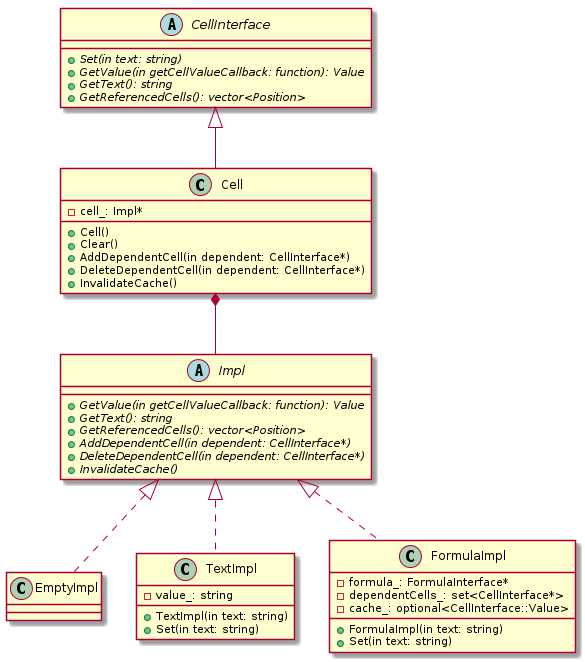
This is uml/png/cell.png from kazarynau/YandexPraktikumFinal, a PlantUML export, as it was before one commit.
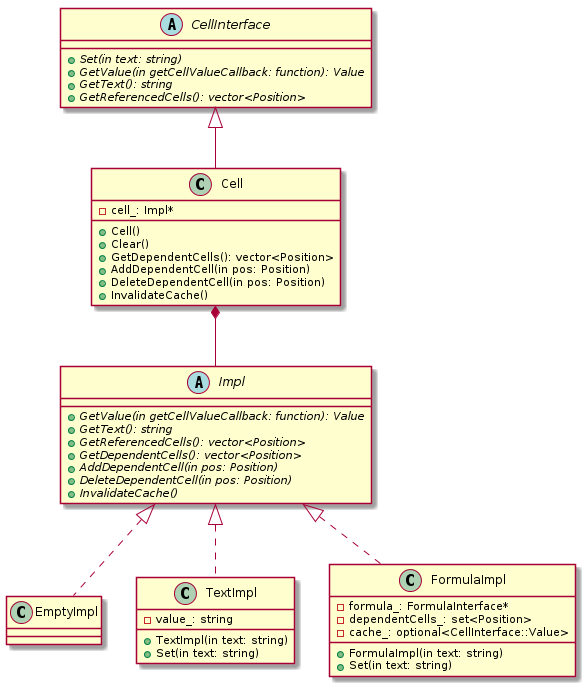
After the change.

Diff of the diagram source:
```diff
@@ -4,8 +4,9 @@
     +{abstract} GetValue(in getCellValueCallback: function): Value
     +{abstract} GetText(): string
     +{abstract} GetReferencedCells(): vector<Position>
-    +{abstract} AddDependentCell(in dependent: CellInterface*)
-    +{abstract} DeleteDependentCell(in dependent: CellInterface*)
+    +{abstract} GetDependentCells(): vector<Position>
+    +{abstract} AddDependentCell(in pos: Position)
+    +{abstract} DeleteDependentCell(in pos: Position)
     +{abstract} InvalidateCache()
 }
 
@@ -22,7 +23,7 @@
     +FormulaImpl(in text: string)
     +Set(in text: string)
     -formula_: FormulaInterface*
-    -dependentCells_: set<CellInterface*>
+    -dependentCells_: set<Position>
     -cache_: optional<CellInterface::Value>
 }
 
@@ -41,8 +42,9 @@
 class Cell {
     +Cell()
     +Clear()
-    +AddDependentCell(in dependent: CellInterface*)
-    +DeleteDependentCell(in dependent: CellInterface*)
+    +GetDependentCells(): vector<Position>
+    +AddDependentCell(in pos: Position)
+    +DeleteDependentCell(in pos: Position)
     +InvalidateCache()
     -cell_: Impl*
 }
```
